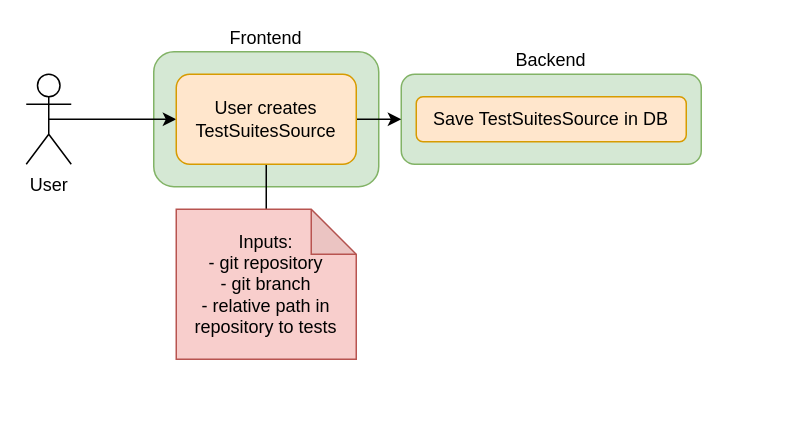
Above: page "TestSuitesSource" (1 of 3) of SAVE_cloud-test-run.drawio in diktat-static-analysis/save-diagram (draw.io), before the change. Source tidied: cells renumbered, new cells numbered last; positions are measured from the earlier drawing's top-left corner, leaving out a move shared by most shapes. Both pictures are drawn from the tidied source at 150%, with x=0, y=0 at pixel (26, 51).
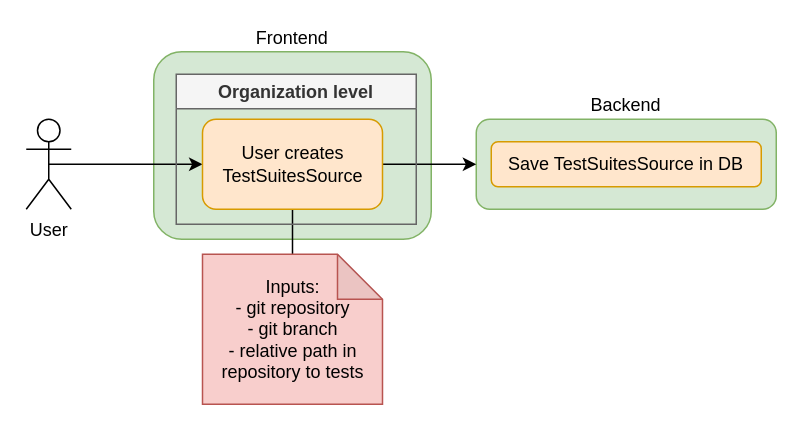
After the change.

What changed in the source:
```diff
@@
 <mxGraphModel>
   <root>
     <mxCell id="0" />
     <mxCell id="1" parent="0" />
     <mxCell id="2" value="Frontend" style="rounded=1;whiteSpace=wrap;html=1;fillColor=#d5e8d4;strokeColor=#82b366;labelPosition=center;verticalLabelPosition=top;align=center;verticalAlign=bottom;" parent="1" vertex="1">
-      <mxGeometry x="85" width="150" height="90" as="geometry" />
+      <mxGeometry x="85" width="185" height="125" as="geometry" />
     </mxCell>
     <mxCell id="3" style="edgeStyle=orthogonalEdgeStyle;rounded=0;jettySize=auto;html=1;exitX=0.5;exitY=0.5;exitDx=0;exitDy=0;exitPerimeter=0;entryX=0;entryY=0.5;entryDx=0;entryDy=0;" parent="1" edge="1" source="4" target="8">
       <mxGeometry relative="1" as="geometry" />
     </mxCell>
     <mxCell id="4" value="User" style="shape=umlActor;verticalLabelPosition=bottom;verticalAlign=top;html=1;outlineConnect=0;" parent="1" vertex="1">
-      <mxGeometry y="15" width="30" height="60" as="geometry" />
+      <mxGeometry y="45" width="30" height="60" as="geometry" />
     </mxCell>
     <mxCell id="5" value="Backend" style="rounded=1;whiteSpace=wrap;html=1;fillColor=#d5e8d4;strokeColor=#82b366;labelPosition=center;verticalLabelPosition=top;align=center;verticalAlign=bottom;" parent="1" vertex="1">
-      <mxGeometry x="250" y="15" width="200" height="60" as="geometry" />
+      <mxGeometry x="300" y="45" width="200" height="60" as="geometry" />
     </mxCell>
     <mxCell id="6" style="edgeStyle=orthogonalEdgeStyle;rounded=0;jettySize=auto;html=1;exitX=0.5;exitY=1;exitDx=0;exitDy=0;entryX=0.5;entryY=0;entryDx=0;entryDy=0;entryPerimeter=0;endArrow=none;endFill=0;" parent="1" edge="1" source="8" target="9">
       <mxGeometry relative="1" as="geometry" />
     </mxCell>
     <mxCell id="7" style="edgeStyle=orthogonalEdgeStyle;rounded=0;jettySize=auto;html=1;exitX=1;exitY=0.5;exitDx=0;exitDy=0;entryX=0;entryY=0.5;entryDx=0;entryDy=0;endArrow=classic;endFill=1;" parent="1" edge="1" source="8" target="5">
       <mxGeometry relative="1" as="geometry" />
     </mxCell>
     <mxCell id="8" value="User creates TestSuitesSource" style="rounded=1;whiteSpace=wrap;html=1;fillColor=#ffe6cc;strokeColor=#d79b00;" parent="1" vertex="1">
-      <mxGeometry x="100" y="15" width="120" height="60" as="geometry" />
+      <mxGeometry x="117.5" y="45" width="120" height="60" as="geometry" />
     </mxCell>
     <mxCell id="9" value="Inputs:&lt;br&gt;- git repository&lt;br&gt;- git branch&lt;br&gt;- relative path in repository to tests" style="shape=note;whiteSpace=wrap;html=1;backgroundOutline=1;darkOpacity=0.05;fillColor=#f8cecc;strokeColor=#b85450;" parent="1" vertex="1">
-      <mxGeometry x="100" y="105" width="120" height="100" as="geometry" />
+      <mxGeometry x="117.5" y="135" width="120" height="100" as="geometry" />
     </mxCell>
     <mxCell id="10" value="Save TestSuitesSource in DB" style="rounded=1;whiteSpace=wrap;html=1;fillColor=#ffe6cc;strokeColor=#d79b00;" parent="1" vertex="1">
-      <mxGeometry x="260" y="30" width="180" height="30" as="geometry" />
+      <mxGeometry x="310" y="60" width="180" height="30" as="geometry" />
     </mxCell>
+    <mxCell id="11" value="Organization level" style="swimlane;fillColor=#f5f5f5;fontColor=#333333;strokeColor=#666666;" parent="1" vertex="1">
+      <mxGeometry x="100" y="15" width="160" height="100" as="geometry" />
+    </mxCell>
   </root>
 </mxGraphModel>
```
